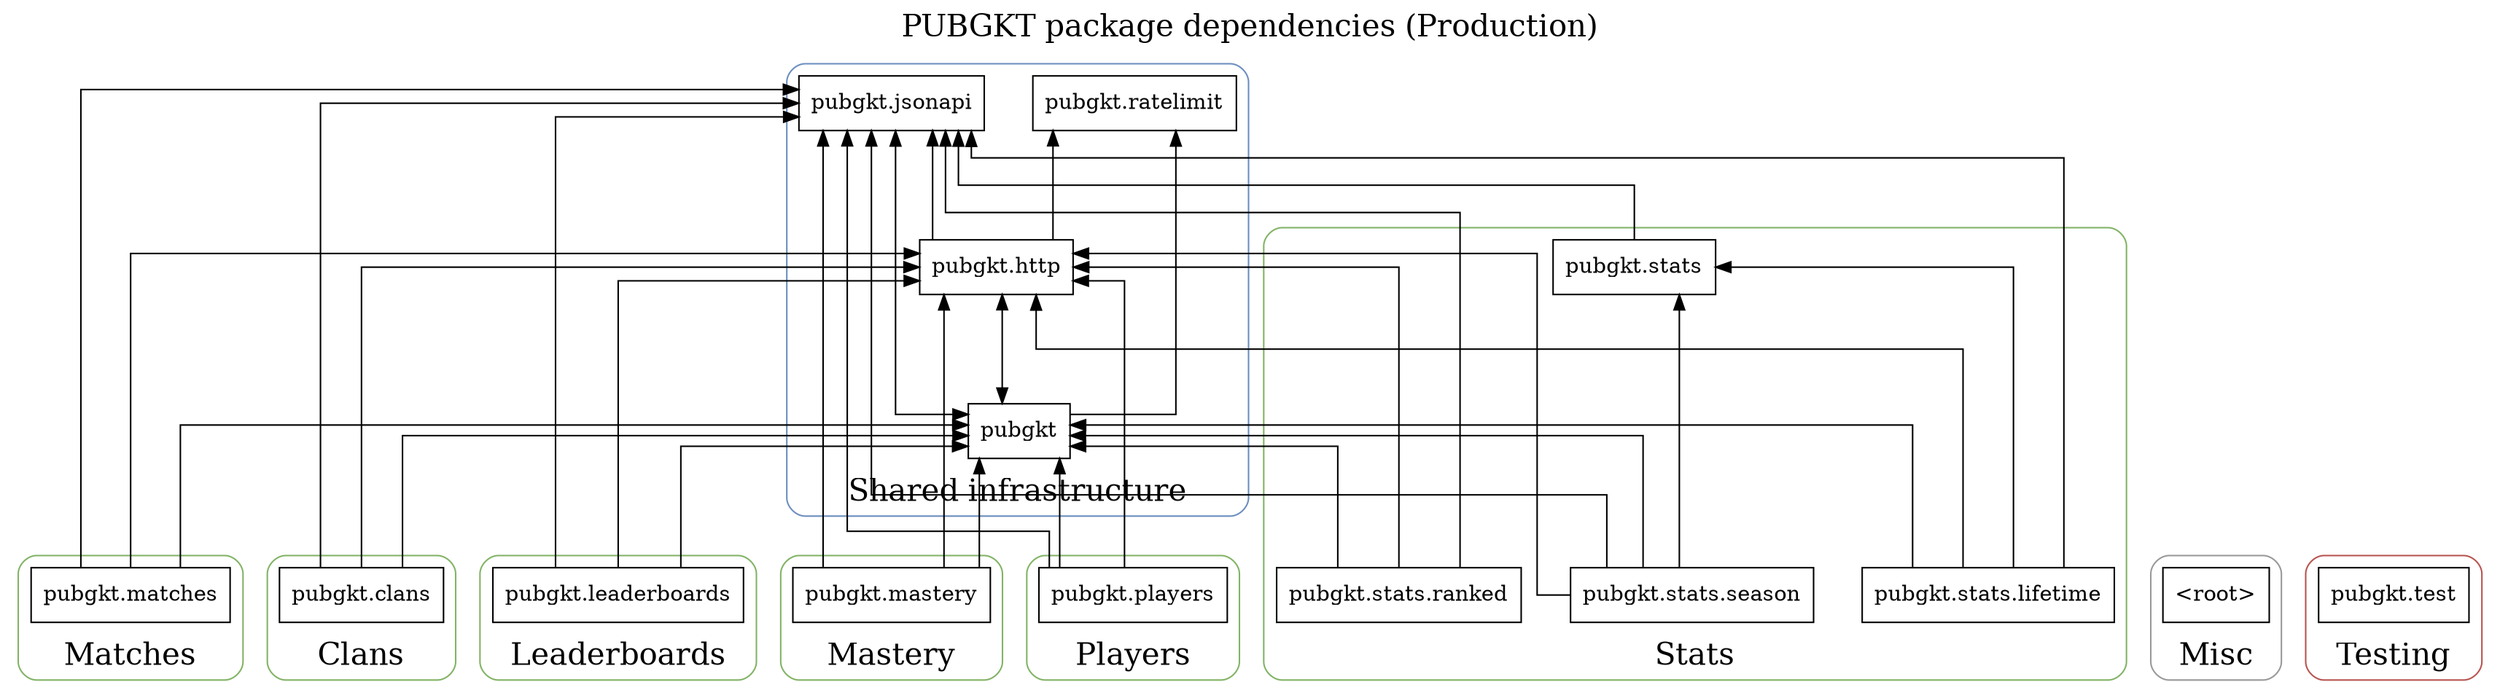
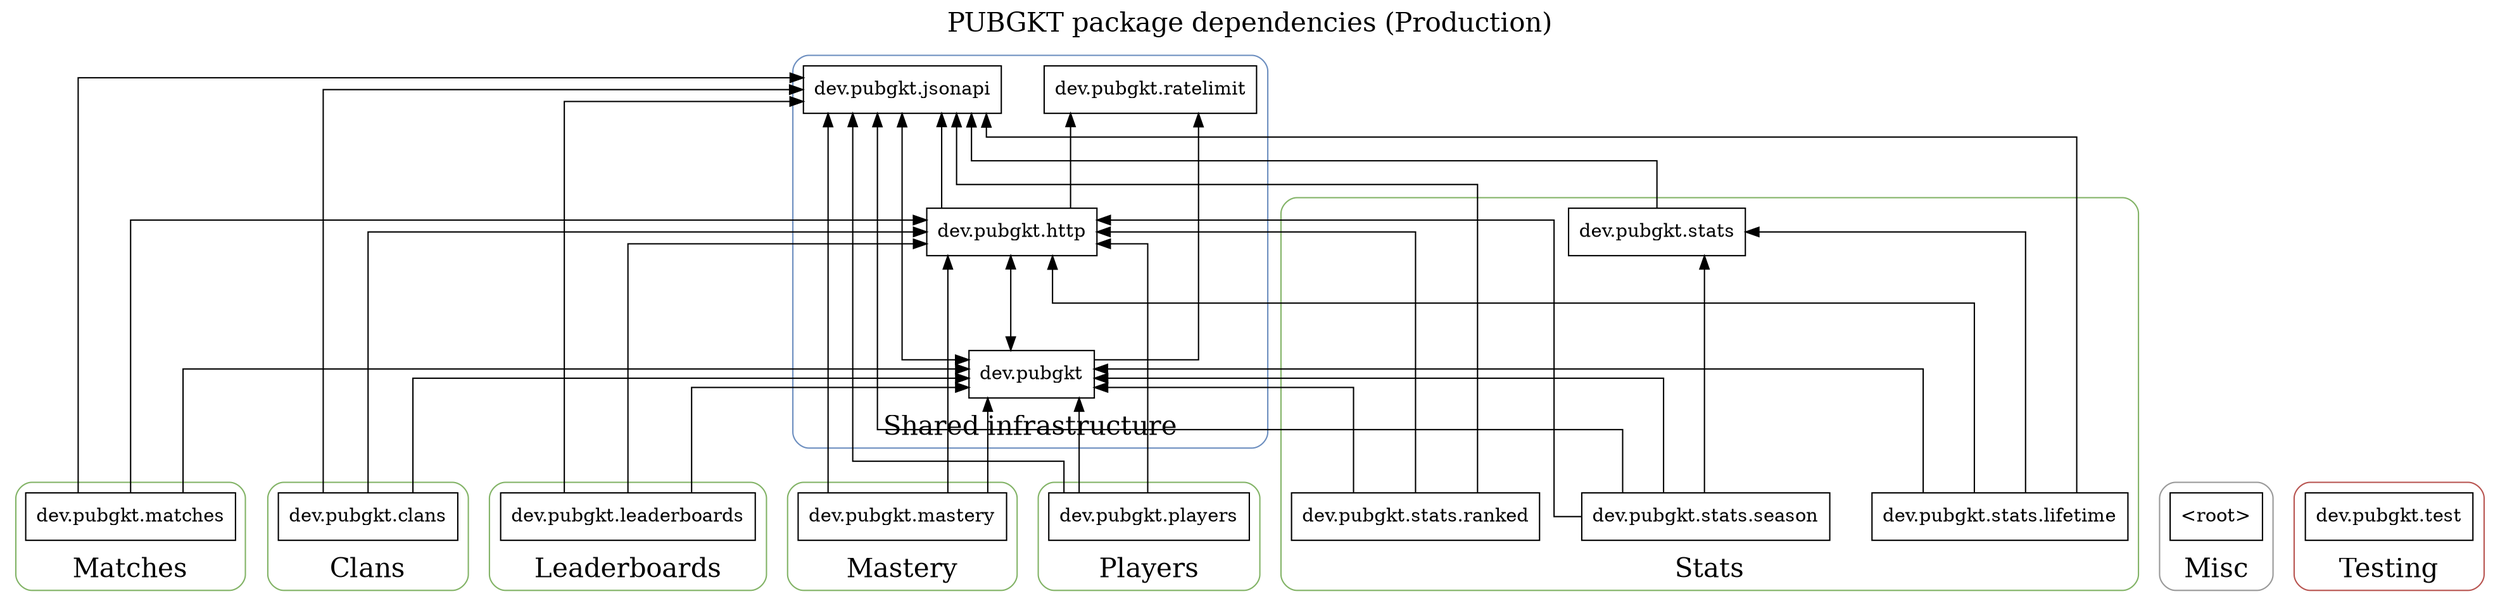
digraph KotlinPackageDependencies {
rankdir=BT;
layout=dot;
ranksep=1.0;
nodesep=0.45;
splines=ortho;
concentrate=true;
newrank=true;
compound=true;
label="PUBGKT package dependencies (Production)";
labelloc=t;
fontsize=20;
node [shape=box];
subgraph "cluster_clans" {
label="Clans";
style=rounded;
color="#82B366";
- "pubgkt.clans";
+ "dev.pubgkt.clans";
}
subgraph "cluster_leaderboards" {
label="Leaderboards";
style=rounded;
color="#82B366";
- "pubgkt.leaderboards";
+ "dev.pubgkt.leaderboards";
}
subgraph "cluster_mastery" {
label="Mastery";
style=rounded;
color="#82B366";
- "pubgkt.mastery";
+ "dev.pubgkt.mastery";
}
subgraph "cluster_matches" {
label="Matches";
style=rounded;
color="#82B366";
- "pubgkt.matches";
+ "dev.pubgkt.matches";
}
subgraph "cluster_misc" {
label="Misc";
style=rounded;
color="#999999";
"<root>";
}
subgraph "cluster_players" {
label="Players";
style=rounded;
color="#82B366";
- "pubgkt.players";
+ "dev.pubgkt.players";
}
subgraph "cluster_shared" {
label="Shared infrastructure";
style=rounded;
color="#6C8EBF";
- "pubgkt";
- "pubgkt.http";
- "pubgkt.jsonapi";
- "pubgkt.ratelimit";
+ "dev.pubgkt";
+ "dev.pubgkt.http";
+ "dev.pubgkt.jsonapi";
+ "dev.pubgkt.ratelimit";
}
subgraph "cluster_stats" {
label="Stats";
style=rounded;
color="#82B366";
- "pubgkt.stats";
- "pubgkt.stats.lifetime";
- "pubgkt.stats.ranked";
- "pubgkt.stats.season";
+ "dev.pubgkt.stats";
+ "dev.pubgkt.stats.lifetime";
+ "dev.pubgkt.stats.ranked";
+ "dev.pubgkt.stats.season";
}
subgraph "cluster_testing" {
label="Testing";
style=rounded;
color="#B85450";
- "pubgkt.test";
+ "dev.pubgkt.test";
}
- { rank=same; "<root>"; "pubgkt.clans"; "pubgkt.leaderboards"; "pubgkt.mastery"; "pubgkt.matches"; "pubgkt.players"; "pubgkt.stats.lifetime"; "pubgkt.stats.ranked"; "pubgkt.stats.season"; "pubgkt.test"; }
- { rank=same; "pubgkt.http"; "pubgkt.stats"; }
- { rank=same; "pubgkt.jsonapi"; }
- { rank=same; "pubgkt"; }
- { rank=same; "pubgkt.ratelimit"; }
- "pubgkt.stats" -> "pubgkt.jsonapi";
- "pubgkt.stats.lifetime" -> "pubgkt";
- "pubgkt.stats.lifetime" -> "pubgkt.http";
- "pubgkt.stats.lifetime" -> "pubgkt.stats";
- "pubgkt.stats.lifetime" -> "pubgkt.jsonapi";
- "pubgkt.stats.ranked" -> "pubgkt";
- "pubgkt.stats.ranked" -> "pubgkt.http";
- "pubgkt.stats.ranked" -> "pubgkt.jsonapi";
- "pubgkt.stats.season" -> "pubgkt";
- "pubgkt.stats.season" -> "pubgkt.jsonapi";
- "pubgkt.stats.season" -> "pubgkt.stats";
- "pubgkt.stats.season" -> "pubgkt.http";
- "pubgkt.leaderboards" -> "pubgkt.jsonapi";
- "pubgkt.leaderboards" -> "pubgkt";
- "pubgkt.leaderboards" -> "pubgkt.http";
- "pubgkt.mastery" -> "pubgkt";
- "pubgkt.mastery" -> "pubgkt.http";
- "pubgkt.mastery" -> "pubgkt.jsonapi";
- "pubgkt.matches" -> "pubgkt";
- "pubgkt.matches" -> "pubgkt.http";
- "pubgkt.matches" -> "pubgkt.jsonapi";
- "pubgkt.players" -> "pubgkt";
- "pubgkt.players" -> "pubgkt.http";
- "pubgkt.players" -> "pubgkt.jsonapi";
- "pubgkt.http" -> "pubgkt";
- "pubgkt.http" -> "pubgkt.ratelimit";
- "pubgkt.http" -> "pubgkt.jsonapi";
- "pubgkt" -> "pubgkt.http";
- "pubgkt" -> "pubgkt.ratelimit";
- "pubgkt" -> "pubgkt.jsonapi";
- "pubgkt.jsonapi" -> "pubgkt";
- "pubgkt.clans" -> "pubgkt.jsonapi";
- "pubgkt.clans" -> "pubgkt";
- "pubgkt.clans" -> "pubgkt.http";
+ { rank=same; "<root>"; "dev.pubgkt.clans"; "dev.pubgkt.leaderboards"; "dev.pubgkt.mastery"; "dev.pubgkt.matches"; "dev.pubgkt.players"; "dev.pubgkt.stats.lifetime"; "dev.pubgkt.stats.ranked"; "dev.pubgkt.stats.season"; "dev.pubgkt.test"; }
+ { rank=same; "dev.pubgkt.http"; "dev.pubgkt.stats"; }
+ { rank=same; "dev.pubgkt.jsonapi"; }
+ { rank=same; "dev.pubgkt"; }
+ { rank=same; "dev.pubgkt.ratelimit"; }
+ "dev.pubgkt.stats" -> "dev.pubgkt.jsonapi";
+ "dev.pubgkt.stats.lifetime" -> "dev.pubgkt";
+ "dev.pubgkt.stats.lifetime" -> "dev.pubgkt.http";
+ "dev.pubgkt.stats.lifetime" -> "dev.pubgkt.stats";
+ "dev.pubgkt.stats.lifetime" -> "dev.pubgkt.jsonapi";
+ "dev.pubgkt.stats.ranked" -> "dev.pubgkt";
+ "dev.pubgkt.stats.ranked" -> "dev.pubgkt.http";
+ "dev.pubgkt.stats.ranked" -> "dev.pubgkt.jsonapi";
+ "dev.pubgkt.stats.season" -> "dev.pubgkt";
+ "dev.pubgkt.stats.season" -> "dev.pubgkt.jsonapi";
+ "dev.pubgkt.stats.season" -> "dev.pubgkt.stats";
+ "dev.pubgkt.stats.season" -> "dev.pubgkt.http";
+ "dev.pubgkt.leaderboards" -> "dev.pubgkt";
+ "dev.pubgkt.leaderboards" -> "dev.pubgkt.jsonapi";
+ "dev.pubgkt.leaderboards" -> "dev.pubgkt.http";
+ "dev.pubgkt.mastery" -> "dev.pubgkt";
+ "dev.pubgkt.mastery" -> "dev.pubgkt.http";
+ "dev.pubgkt.mastery" -> "dev.pubgkt.jsonapi";
+ "dev.pubgkt.matches" -> "dev.pubgkt";
+ "dev.pubgkt.matches" -> "dev.pubgkt.http";
+ "dev.pubgkt.matches" -> "dev.pubgkt.jsonapi";
+ "dev.pubgkt.players" -> "dev.pubgkt";
+ "dev.pubgkt.players" -> "dev.pubgkt.http";
+ "dev.pubgkt.players" -> "dev.pubgkt.jsonapi";
+ "dev.pubgkt.http" -> "dev.pubgkt";
+ "dev.pubgkt.http" -> "dev.pubgkt.ratelimit";
+ "dev.pubgkt.http" -> "dev.pubgkt.jsonapi";
+ "dev.pubgkt" -> "dev.pubgkt.http";
+ "dev.pubgkt" -> "dev.pubgkt.ratelimit";
+ "dev.pubgkt" -> "dev.pubgkt.jsonapi";
+ "dev.pubgkt.jsonapi" -> "dev.pubgkt";
+ "dev.pubgkt.clans" -> "dev.pubgkt.jsonapi";
+ "dev.pubgkt.clans" -> "dev.pubgkt";
+ "dev.pubgkt.clans" -> "dev.pubgkt.http";
}
